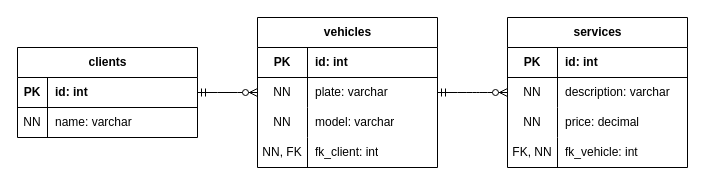
Earlier version of the draw.io diagram backend/docs/DER.drawio (guilhermepk/Oficina-Mecanica). Source tidied: cells renumbered, new cells numbered last; positions are measured from the earlier drawing's top-left corner, leaving out a move shared by most shapes. Both pictures are drawn from the tidied source at 100%, with x=0, y=0 at pixel (17, 17).
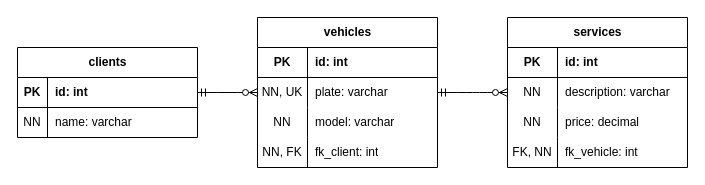
Above is the later version.

The change refers to these unchanged cells:
```xml
<mxCell id="14" style="shape=tableRow;horizontal=0;startSize=0;swimlaneHead=0;swimlaneBody=0;fillColor=none;top=0;left=0;right=0;bottom=0;" parent="10" vertex="1">
  <mxGeometry y="60" width="180" height="30" as="geometry" />
</mxCell>
```

Change to the diagram source:
```diff
@@
-    <mxCell id="15" value="NN" style="shape=partialRectangle;fillColor=none;top=0;left=0;bottom=0;right=0;overflow=hidden;whiteSpace=wrap;html=1;" parent="14" vertex="1">
+    <mxCell id="15" value="NN, UK" style="shape=partialRectangle;fillColor=none;top=0;left=0;bottom=0;right=0;overflow=hidden;whiteSpace=wrap;html=1;" parent="14" vertex="1">
       <mxGeometry width="50" height="30" as="geometry" />
     </mxCell>
```
